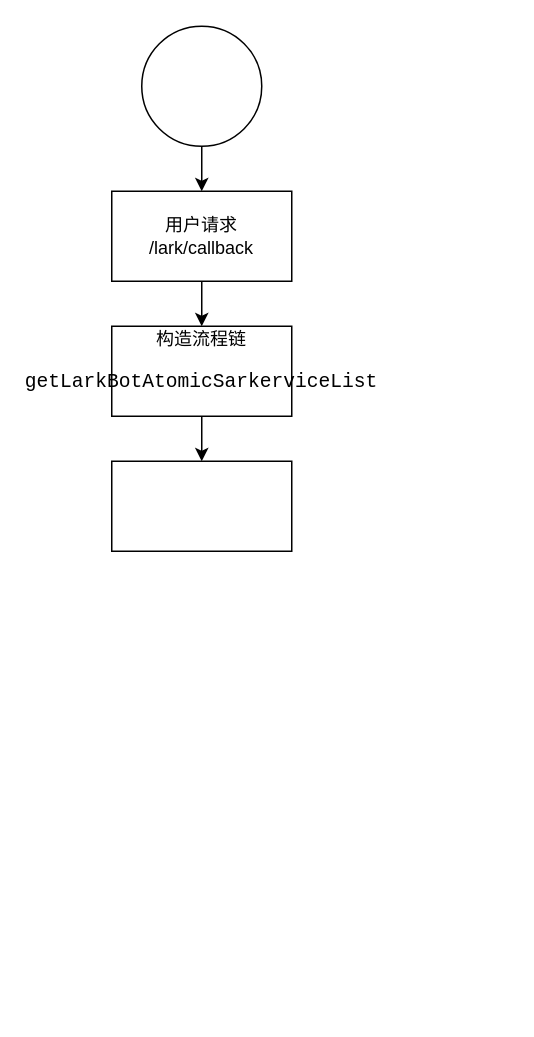
FlyThroughAir/DrawHere keeps this draw.io diagram as 记录机器人开始结束时间.drawio. Above is the earlier version. Source tidied: cells renumbered, new cells numbered last; positions are measured from the earlier drawing's top-left corner, leaving out a move shared by most shapes. Both pictures are drawn from the tidied source at 150%, with x=0, y=0 at pixel (111, 26).
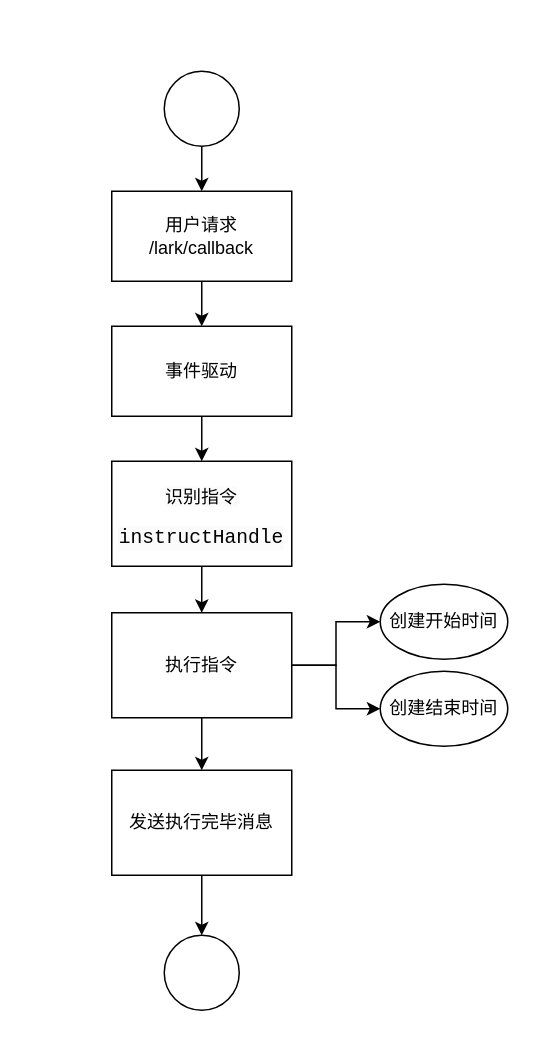
After the change.

Commit message:
更新记录机器人开始结束时间.drawio

Diff of the diagram source:
```diff
@@
 <mxGraphModel>
   <root>
     <mxCell id="0" />
     <mxCell id="1" parent="0" />
-    <mxCell id="2" style="edgeStyle=orthogonalEdgeStyle;rounded=0;jettySize=auto;html=1;" parent="1" edge="1" source="3" target="5">
+    <mxCell id="2" style="edgeStyle=orthogonalEdgeStyle;rounded=0;jettySize=auto;html=1;" parent="1" edge="1" source="14" target="5">
       <mxGeometry relative="1" as="geometry" />
     </mxCell>
-    <mxCell id="3" style="ellipse;whiteSpace=wrap;html=1;" parent="1" vertex="1">
-      <mxGeometry x="20" width="80" height="80" as="geometry" />
-    </mxCell>
     <mxCell id="4" style="edgeStyle=orthogonalEdgeStyle;rounded=0;jettySize=auto;html=1;" parent="1" edge="1" source="5" target="7">
       <mxGeometry relative="1" as="geometry" />
     </mxCell>
     <mxCell id="5" value="用户请求&lt;div&gt;/lark/callback&lt;/div&gt;" style="rounded=0;whiteSpace=wrap;html=1;" parent="1" vertex="1">
       <mxGeometry y="110" width="120" height="60" as="geometry" />
     </mxCell>
     <mxCell id="6" style="edgeStyle=orthogonalEdgeStyle;rounded=0;jettySize=auto;html=1;" parent="1" edge="1" source="7" target="8">
       <mxGeometry relative="1" as="geometry" />
     </mxCell>
-    <mxCell id="7" value="构造流程链&lt;div&gt;&lt;div style=&quot;&quot;&gt;&lt;pre style=&quot;font-family: &amp;quot;JetBrains Mono&amp;quot;, monospace; font-size: 9.8pt;&quot;&gt;getLarkBotAtomicSarkerviceList&lt;/pre&gt;&lt;/div&gt;&lt;/div&gt;" style="rounded=0;whiteSpace=wrap;html=1;" parent="1" vertex="1">
+    <mxCell id="7" value="事件驱动" style="rounded=0;whiteSpace=wrap;html=1;" parent="1" vertex="1">
       <mxGeometry y="200" width="120" height="60" as="geometry" />
     </mxCell>
+    <mxCell id="9" style="edgeStyle=orthogonalEdgeStyle;rounded=0;jettySize=auto;html=1;" parent="1" edge="1" source="18" target="12">
+      <mxGeometry relative="1" as="geometry" />
+    </mxCell>
     <mxCell id="8" style="rounded=0;whiteSpace=wrap;html=1;" parent="1" vertex="1">
-      <mxGeometry y="290" width="120" height="60" as="geometry" />
+      <mxGeometry y="290" width="120" height="70" as="geometry" />
     </mxCell>
+    <mxCell id="10" value="&lt;span style=&quot;color: rgb(0, 0, 0); font-family: Helvetica; font-size: 12px; font-style: normal; font-variant-ligatures: normal; font-variant-caps: normal; font-weight: 400; letter-spacing: normal; orphans: 2; text-indent: 0px; text-transform: none; widows: 2; word-spacing: 0px; -webkit-text-stroke-width: 0px; white-space: normal; background-color: rgb(251, 251, 251); text-decoration-thickness: initial; text-decoration-style: initial; text-decoration-color: initial; float: none; display: inline !important;&quot;&gt;识别指令&lt;/span&gt;&lt;div style=&quot;forced-color-adjust: none; color: rgb(0, 0, 0); font-family: Helvetica; font-size: 12px; font-style: normal; font-variant-ligatures: normal; font-variant-caps: normal; font-weight: 400; letter-spacing: normal; orphans: 2; text-indent: 0px; text-transform: none; widows: 2; word-spacing: 0px; -webkit-text-stroke-width: 0px; white-space: normal; background-color: rgb(251, 251, 251); text-decoration-thickness: initial; text-decoration-style: initial; text-decoration-color: initial;&quot;&gt;&lt;div style=&quot;forced-color-adjust: none;&quot;&gt;&lt;pre style=&quot;forced-color-adjust: none; font-family: &amp;quot;JetBrains Mono&amp;quot;, monospace; font-size: 9.8pt;&quot;&gt;instructHandle&lt;/pre&gt;&lt;/div&gt;&lt;/div&gt;" style="text;whiteSpace=wrap;html=1;align=center;" parent="1" vertex="1">
+      <mxGeometry x="-10" y="300" width="140" height="50" as="geometry" />
+    </mxCell>
+    <mxCell id="11" style="edgeStyle=orthogonalEdgeStyle;rounded=0;jettySize=auto;html=1;entryX=0.5;entryY=0;entryDx=0;entryDy=0;" parent="1" edge="1" source="12" target="13">
+      <mxGeometry relative="1" as="geometry" />
+    </mxCell>
+    <mxCell id="12" value="发送执行完毕消息" style="rounded=0;whiteSpace=wrap;html=1;" parent="1" vertex="1">
+      <mxGeometry y="496" width="120" height="70" as="geometry" />
+    </mxCell>
+    <mxCell id="13" style="ellipse;whiteSpace=wrap;html=1;" parent="1" vertex="1">
+      <mxGeometry x="35" y="606" width="50" height="50" as="geometry" />
+    </mxCell>
+    <mxCell id="14" style="ellipse;whiteSpace=wrap;html=1;" parent="1" vertex="1">
+      <mxGeometry x="35" y="30" width="50" height="50" as="geometry" />
+    </mxCell>
+    <mxCell id="15" style="edgeStyle=orthogonalEdgeStyle;rounded=0;jettySize=auto;html=1;" parent="1" edge="1" source="8" target="18">
+      <mxGeometry relative="1" as="geometry" />
+    </mxCell>
+    <mxCell id="16" style="edgeStyle=orthogonalEdgeStyle;rounded=0;jettySize=auto;html=1;entryX=0;entryY=0.5;entryDx=0;entryDy=0;" parent="1" edge="1" source="18" target="19">
+      <mxGeometry relative="1" as="geometry" />
+    </mxCell>
+    <mxCell id="17" style="edgeStyle=orthogonalEdgeStyle;rounded=0;jettySize=auto;html=1;entryX=0;entryY=0.5;entryDx=0;entryDy=0;" parent="1" edge="1" source="18" target="20">
+      <mxGeometry relative="1" as="geometry" />
+    </mxCell>
+    <mxCell id="18" value="执行指令" style="rounded=0;whiteSpace=wrap;html=1;" parent="1" vertex="1">
+      <mxGeometry y="391" width="120" height="70" as="geometry" />
+    </mxCell>
+    <mxCell id="19" value="创建开始时间" style="ellipse;whiteSpace=wrap;html=1;" parent="1" vertex="1">
+      <mxGeometry x="179" y="372" width="85" height="50" as="geometry" />
+    </mxCell>
+    <mxCell id="20" value="创建结束时间" style="ellipse;whiteSpace=wrap;html=1;" parent="1" vertex="1">
+      <mxGeometry x="179" y="430" width="85" height="50" as="geometry" />
+    </mxCell>
   </root>
 </mxGraphModel>
```
